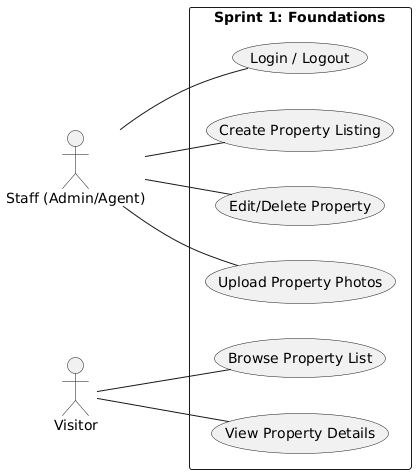
Before: Report/images/Sprint1-UseCase.png, a diagram exported from PlantUML (AZIZ-Soufiane/PropertyHub-PFE).
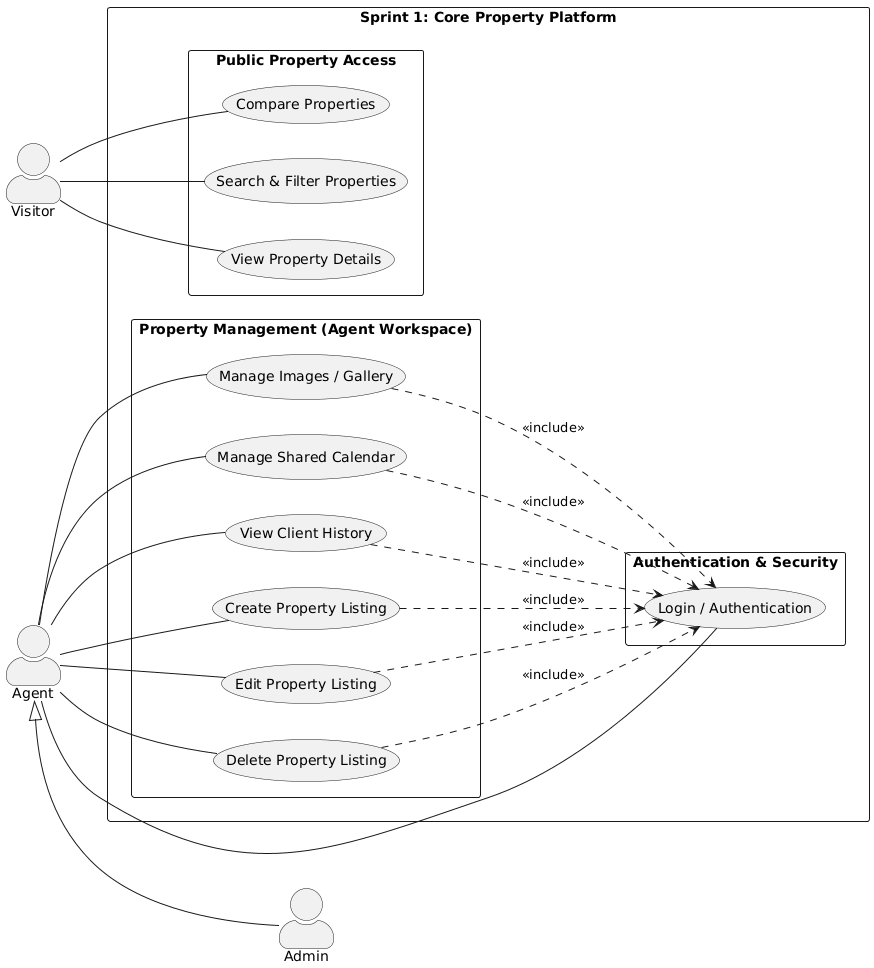
After the commit.

The edit, as a diff of the source:
```diff
@@ -1,24 +1,54 @@
 @startuml
 left to right direction
+skinparam packageStyle rectangle
 skinparam shadowing false
+skinparam actorStyle awesome
 
-actor "Staff (Admin/Agent)" as Staff
-actor "Visitor" as Vis
+actor "Visitor" as Visitor
+actor "Agent" as Agent
+actor "Admin" as Admin
 
-rectangle "Sprint 1: Foundations" {
-    (Login / Logout) as UC_Auth
-    (Create Property Listing) as UC_Create
-    (Edit/Delete Property) as UC_Edit
-    (Upload Property Photos) as UC_Photos
-    (Browse Property List) as UC_Browse
-    (View Property Details) as UC_Details
+Agent <|-- Admin
+
+rectangle "Sprint 1: Core Property Platform" {
+
+  package "Authentication & Security" {
+      usecase "Login / Authentication" as Login
+  }
+
+  package "Public Property Access" {
+      usecase "Search & Filter Properties" as Search
+      usecase "View Property Details" as Details
+      usecase "Compare Properties" as Compare
+  }
+
+  package "Property Management (Agent Workspace)" {
+      usecase "Create Property Listing" as CreateListing
+      usecase "Edit Property Listing" as EditListing
+      usecase "Delete Property Listing" as DeleteListing
+      usecase "Manage Images / Gallery" as Gallery
+      usecase "Manage Shared Calendar" as Calendar
+      usecase "View Client History" as ClientHistory
+  }
+
 }
 
-Staff -- UC_Auth
-Staff -- UC_Create
-Staff -- UC_Edit
-Staff -- UC_Photos
+Visitor -- Search
+Visitor -- Details
+Visitor -- Compare
 
-Vis -- UC_Browse
-Vis -- UC_Details
+Agent -- Login
+Agent -- CreateListing
+Agent -- EditListing
+Agent -- DeleteListing
+Agent -- Gallery
+Agent -- Calendar
+Agent -- ClientHistory
+
+CreateListing ..> Login : <<include>>
+EditListing ..> Login : <<include>>
+DeleteListing ..> Login : <<include>>
+Gallery ..> Login : <<include>>
+Calendar ..> Login : <<include>>
+ClientHistory ..> Login : <<include>>
 @enduml
```
